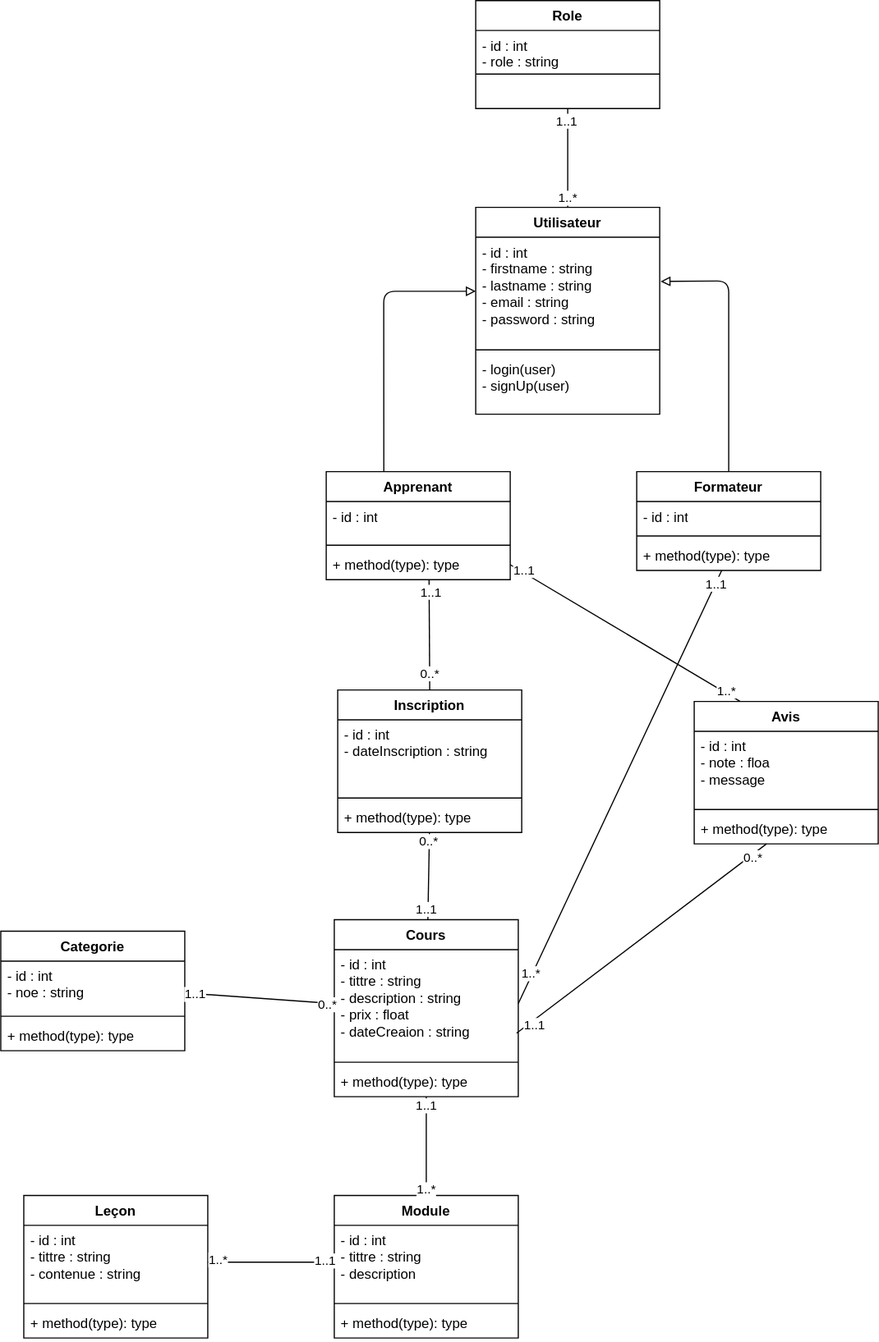
aitbhou2003/renforcement keeps this draw.io diagram as renfourcement_1/semain_2/mercredi/Udemy.drawio.svg. Above is the earlier version. Source tidied: cells renumbered, new cells last; positions are measured from the earlier drawing's top-left corner, leaving out a move shared by most shapes.
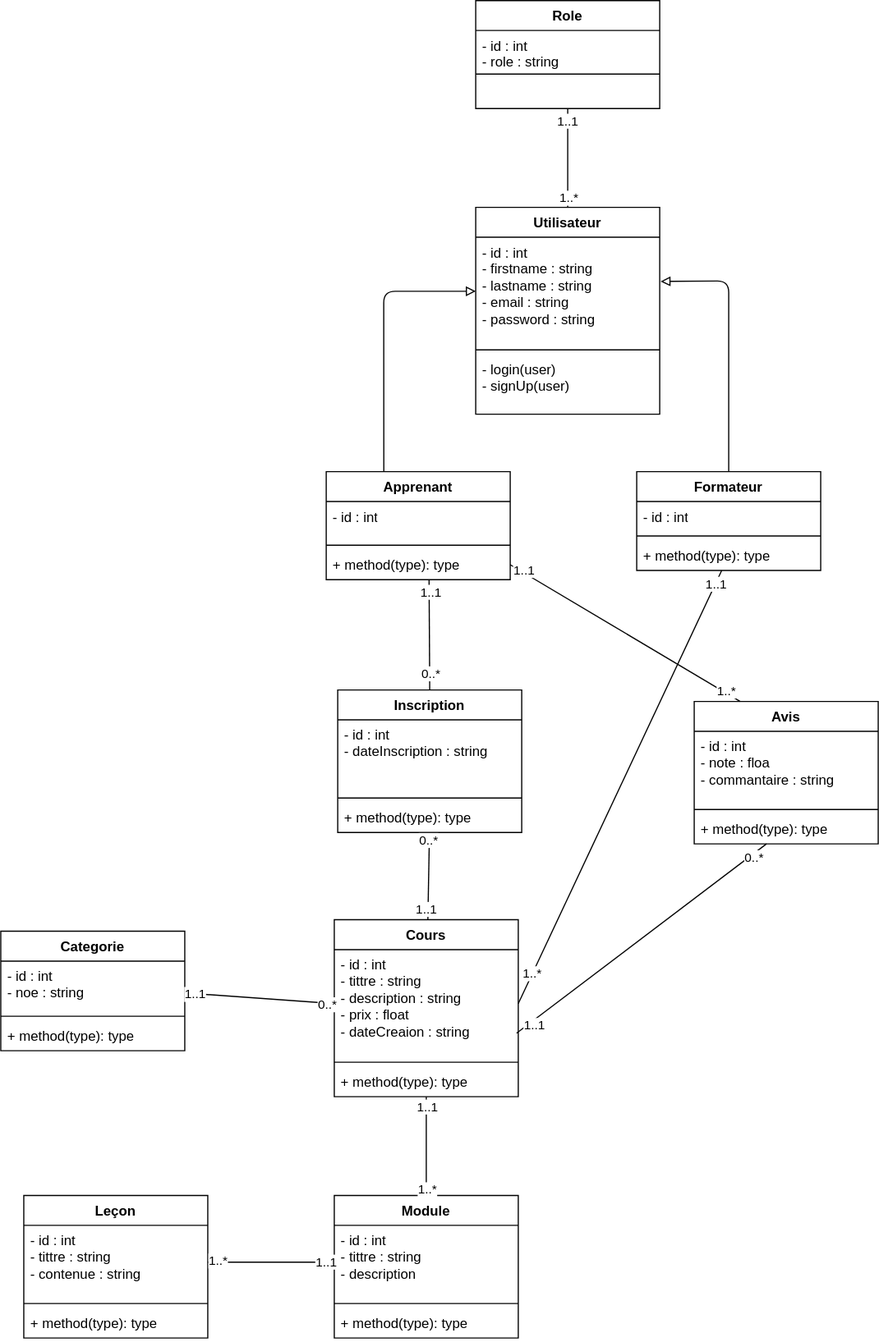
The same diagram one commit later.

Commit message:
ajouter commantaire au avis class

Diff of the diagram source:
```diff
@@ -29,7 +29,7 @@
     <mxCell id="10" value="Avis" style="swimlane;fontStyle=1;align=center;verticalAlign=top;horizontal=1;startSize=26;whiteSpace=wrap;html=1;" parent="1" vertex="1">
       <mxGeometry x="603" y="610" width="160" height="124" as="geometry" />
     </mxCell>
-    <mxCell id="11" value="- id : int&amp;nbsp;&lt;div&gt;- note : floa&amp;nbsp;&lt;/div&gt;&lt;div&gt;- message&lt;/div&gt;" style="text;strokeColor=none;fillColor=none;align=left;verticalAlign=top;spacingLeft=4;spacingRight=4;overflow=hidden;whiteSpace=wrap;html=1;" parent="10" vertex="1">
+    <mxCell id="11" value="- id : int&amp;nbsp;&lt;div&gt;- note : floa&amp;nbsp;&lt;/div&gt;&lt;div&gt;- commantaire : string&amp;nbsp;&lt;/div&gt;" style="text;strokeColor=none;fillColor=none;align=left;verticalAlign=top;spacingLeft=4;spacingRight=4;overflow=hidden;whiteSpace=wrap;html=1;" parent="10" vertex="1">
       <mxGeometry y="26" width="160" height="64" as="geometry" />
     </mxCell>
     <mxCell id="12" style="line;strokeWidth=1;fillColor=none;align=left;verticalAlign=middle;spacingTop=-1;spacingLeft=3;spacingRight=3;labelPosition=right;strokeColor=inherit;" parent="10" vertex="1">
```
